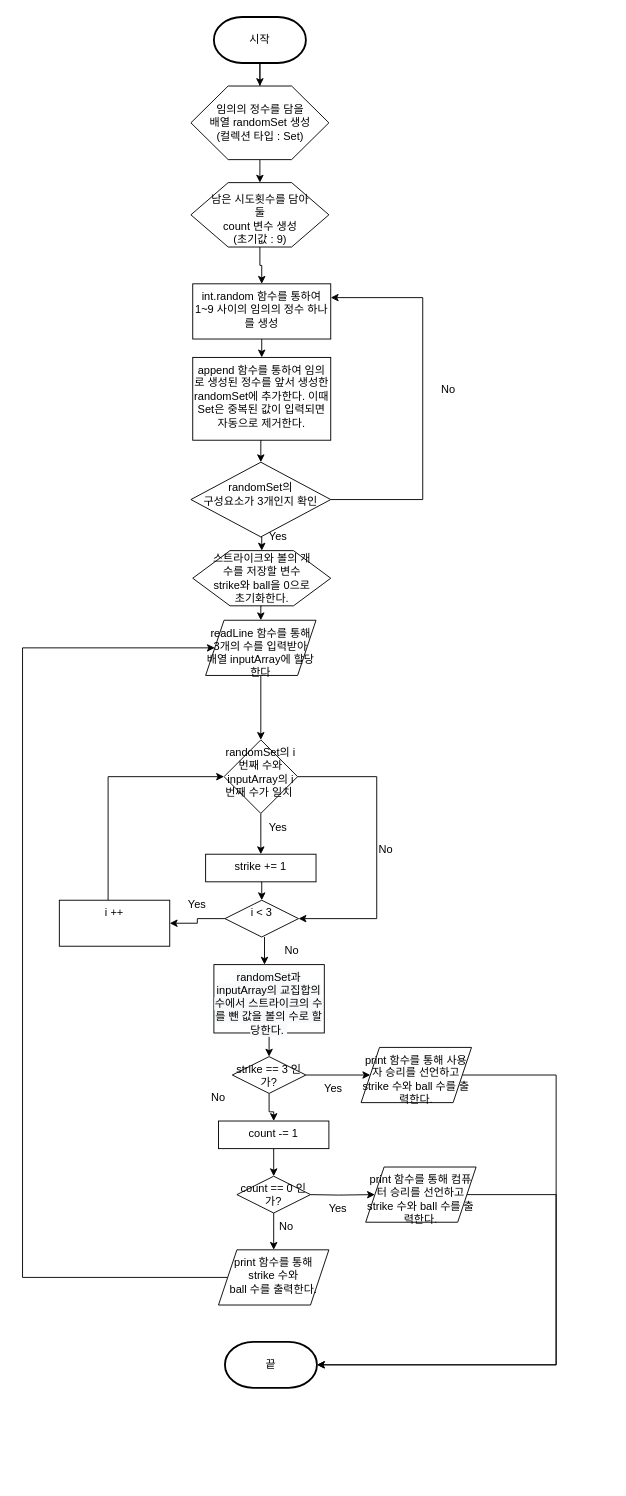
Before: Untitled Diagram.drawio in yagom-academy/ios-number-baseball, a draw.io diagram. Source tidied: cells renumbered, new cells numbered last; positions are measured from the earlier drawing's top-left corner, leaving out a move shared by most shapes. Both pictures are drawn from the tidied source at 92%, with x=0, y=0 at pixel (22, 17).
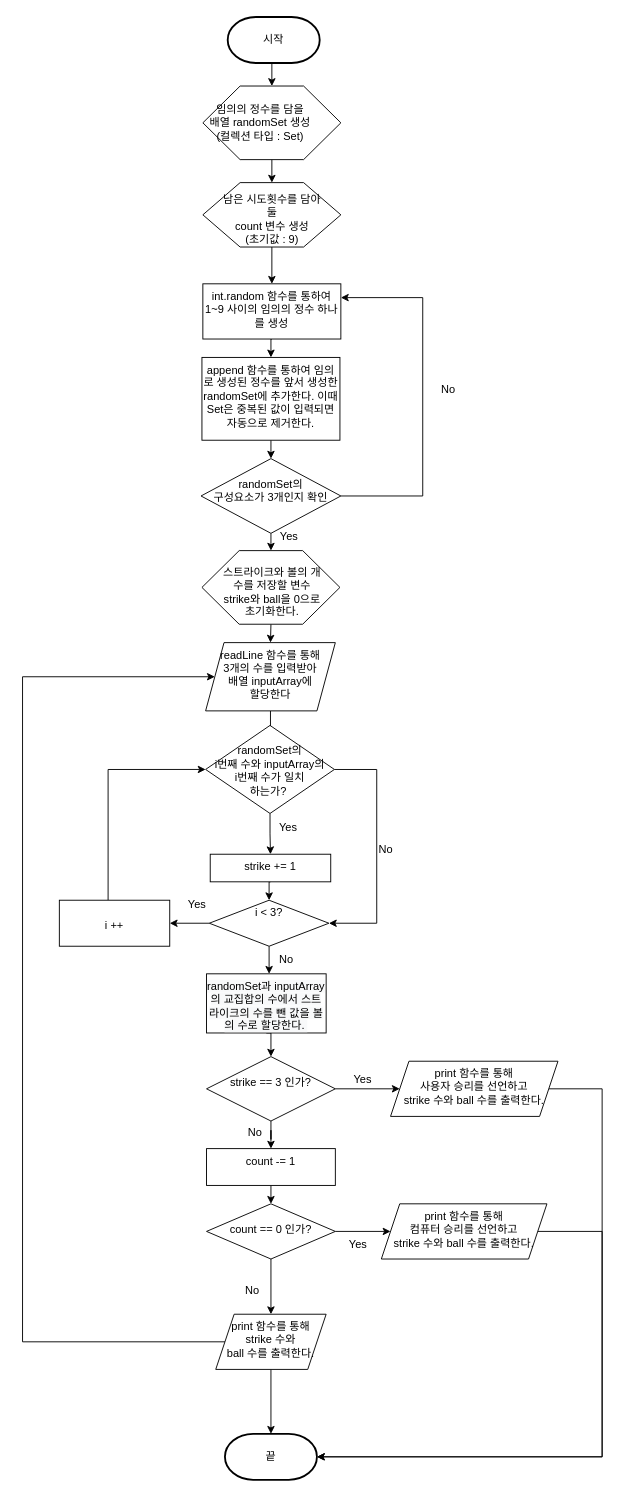
After the change.

Unchanged cells that the change refers to:
```xml
<mxCell id="7" value="임의의 정수를 담을 &lt;br&gt;배열 randomSet 생성&lt;br&gt;(컬렉션 타입 : Set)" style="text;html=1;strokeColor=none;fillColor=none;align=center;verticalAlign=middle;whiteSpace=wrap;rounded=0;" parent="1" vertex="1">
  <mxGeometry x="199.5" y="100" width="117" height="30" as="geometry" />
</mxCell>
```

What changed in the source:
```diff
@@
-    <mxCell id="2" style="edgeStyle=orthogonalEdgeStyle;rounded=0;jettySize=auto;html=1;" parent="1" edge="1" source="4" target="7">
-      <mxGeometry relative="1" as="geometry" />
-    </mxCell>
@@
     <mxCell id="4" value="시작" style="strokeWidth=2;html=1;shape=mxgraph.flowchart.terminator;whiteSpace=wrap;" parent="1" vertex="1">
-      <mxGeometry x="208" width="100" height="50" as="geometry" />
+      <mxGeometry x="223" width="100" height="50" as="geometry" />
     </mxCell>
@@
     <mxCell id="6" style="verticalLabelPosition=bottom;verticalAlign=top;html=1;shape=hexagon;perimeter=hexagonPerimeter2;arcSize=6;size=0.27;" parent="1" vertex="1">
-      <mxGeometry x="183" y="75" width="150" height="80" as="geometry" />
+      <mxGeometry x="196" y="75" width="150" height="80" as="geometry" />
     </mxCell>
@@
     <mxCell id="9" style="verticalLabelPosition=bottom;verticalAlign=top;html=1;shape=hexagon;perimeter=hexagonPerimeter2;arcSize=6;size=0.27;" parent="1" vertex="1">
-      <mxGeometry x="183" y="180" width="150" height="70" as="geometry" />
+      <mxGeometry x="196" y="180" width="150" height="70" as="geometry" />
     </mxCell>
     <mxCell id="10" value="남은 시도횟수를 담아둘&lt;br&gt;count 변수 생성&lt;br&gt;(초기값 : 9)" style="text;html=1;strokeColor=none;fillColor=none;align=center;verticalAlign=middle;whiteSpace=wrap;rounded=0;" parent="1" vertex="1">
-      <mxGeometry x="199.5" y="205" width="117" height="30" as="geometry" />
+      <mxGeometry x="212.5" y="205" width="117" height="30" as="geometry" />
     </mxCell>
     <mxCell id="11" style="edgeStyle=orthogonalEdgeStyle;rounded=0;jettySize=auto;html=1;entryX=1;entryY=0.25;entryDx=0;entryDy=0;" parent="1" edge="1" source="13" target="15">
       <mxGeometry relative="1" as="geometry">
         <Array as="points">
-          <mxPoint x="435" y="524.5" />
+          <mxPoint x="435" y="521" />
           <mxPoint x="435" y="305" />
         </Array>
       </mxGeometry>
     </mxCell>
@@
     <mxCell id="13" value="&lt;br&gt;randomSet의&lt;br&gt;구성요소가 3개인지 확인" style="rhombus;whiteSpace=wrap;html=1;verticalAlign=top;arcSize=6;" parent="1" vertex="1">
-      <mxGeometry x="183" y="483.9" width="152" height="81.2" as="geometry" />
+      <mxGeometry x="194" y="480" width="152" height="81.2" as="geometry" />
     </mxCell>
@@
     <mxCell id="15" value="int.random 함수를 통하여 1~9 사이의 임의의 정수 하나를 생성" style="whiteSpace=wrap;html=1;verticalAlign=top;arcSize=6;" parent="1" vertex="1">
-      <mxGeometry x="185" y="290" width="150" height="60" as="geometry" />
+      <mxGeometry x="196" y="290" width="150" height="60" as="geometry" />
     </mxCell>
@@
     <mxCell id="17" value="append 함수를 통하여 임의로 생성된 정수를 앞서 생성한 randomSet에 추가한다. 이때 Set은 중복된 값이 입력되면 자동으로 제거한다." style="whiteSpace=wrap;html=1;verticalAlign=top;arcSize=6;" parent="1" vertex="1">
-      <mxGeometry x="185" y="370" width="150" height="90" as="geometry" />
+      <mxGeometry x="195" y="370" width="150" height="90" as="geometry" />
     </mxCell>
@@
-    <mxCell id="19" value="readLine 함수를 통해&lt;br&gt;3개의 수를 입력받아&lt;br&gt;배열 inputArray에 할당한다" style="shape=parallelogram;perimeter=parallelogramPerimeter;whiteSpace=wrap;html=1;fixedSize=1;verticalAlign=top;arcSize=6;" parent="1" vertex="1">
-      <mxGeometry x="199" y="655.7" width="120" height="60" as="geometry" />
+    <mxCell id="19" value="readLine 함수를 통해&lt;br&gt;3개의 수를 입력받아&lt;br&gt;배열 inputArray에 &lt;br&gt;할당한다" style="shape=parallelogram;perimeter=parallelogramPerimeter;whiteSpace=wrap;html=1;fixedSize=1;verticalAlign=top;arcSize=6;" parent="1" vertex="1">
+      <mxGeometry x="199" y="680" width="141" height="74.2" as="geometry" />
     </mxCell>
-    <mxCell id="20" style="edgeStyle=orthogonalEdgeStyle;rounded=0;jettySize=auto;html=1;" parent="1" edge="1" source="22">
-      <mxGeometry relative="1" as="geometry">
-        <mxPoint x="259" y="910" as="targetPoint" />
-      </mxGeometry>
-    </mxCell>
     <mxCell id="21" style="edgeStyle=orthogonalEdgeStyle;rounded=0;jettySize=auto;html=1;entryX=1;entryY=0.5;entryDx=0;entryDy=0;" parent="1" edge="1" source="22" target="32">
       <mxGeometry relative="1" as="geometry">
         <Array as="points">
-          <mxPoint x="385" y="826" />
-          <mxPoint x="385" y="980" />
+          <mxPoint x="385" y="818" />
+          <mxPoint x="385" y="985" />
         </Array>
       </mxGeometry>
     </mxCell>
+    <mxCell id="60" style="edgeStyle=orthogonalEdgeStyle;rounded=0;jettySize=auto;html=1;entryX=0.5;entryY=0;entryDx=0;entryDy=0;" parent="1" edge="1" source="22" target="30">
+      <mxGeometry relative="1" as="geometry" />
+    </mxCell>
-    <mxCell id="22" value="randomSet의 i번째 수와 inputArray의 i번째 수가 일치&amp;nbsp;" style="rhombus;whiteSpace=wrap;html=1;verticalAlign=top;arcSize=6;" parent="1" vertex="1">
-      <mxGeometry x="219" y="785.7" width="80" height="80" as="geometry" />
+    <mxCell id="22" value="&lt;br&gt;randomSet의 &lt;br&gt;i번째 수와 inputArray의 &lt;br&gt;i번째 수가 일치&lt;br&gt;하는가?&amp;nbsp;" style="rhombus;whiteSpace=wrap;html=1;verticalAlign=top;arcSize=6;" parent="1" vertex="1">
+      <mxGeometry x="199" y="770" width="140" height="95.7" as="geometry" />
     </mxCell>
@@
     <mxCell id="24" style="verticalLabelPosition=bottom;verticalAlign=top;html=1;shape=hexagon;perimeter=hexagonPerimeter2;arcSize=6;size=0.27;" parent="1" vertex="1">
-      <mxGeometry x="185" y="580" width="150" height="60" as="geometry" />
+      <mxGeometry x="195" y="580" width="150" height="80" as="geometry" />
     </mxCell>
     <mxCell id="25" value="스트라이크와 볼의 개수를 저장할 변수 strike와 ball을 0으로 초기화한다." style="text;html=1;strokeColor=none;fillColor=none;align=center;verticalAlign=middle;whiteSpace=wrap;rounded=0;" parent="1" vertex="1">
-      <mxGeometry x="201.5" y="595" width="117" height="30" as="geometry" />
+      <mxGeometry x="213" y="610" width="117" height="30" as="geometry" />
     </mxCell>
@@
     <mxCell id="27" value="&lt;span style=&quot;color: rgb(0 , 0 , 0) ; font-family: &amp;#34;helvetica&amp;#34; ; font-size: 12px ; font-style: normal ; font-weight: 400 ; letter-spacing: normal ; text-align: center ; text-indent: 0px ; text-transform: none ; word-spacing: 0px ; background-color: rgb(248 , 249 , 250) ; display: inline ; float: none&quot;&gt;randomSet과 inputArray의 교집합의 수에서 스트라이크의 수를 뺀 값을 볼의 수로 할당한다.&amp;nbsp;&lt;/span&gt;" style="whiteSpace=wrap;html=1;verticalAlign=top;arcSize=6;" parent="1" vertex="1">
-      <mxGeometry x="208" y="1030" width="120" height="74.3" as="geometry" />
+      <mxGeometry x="200" y="1040" width="130" height="64.3" as="geometry" />
     </mxCell>
     <mxCell id="28" value="Yes" style="text;html=1;strokeColor=none;fillColor=none;align=center;verticalAlign=middle;whiteSpace=wrap;rounded=0;" parent="1" vertex="1">
-      <mxGeometry x="248" y="865.7" width="60" height="30" as="geometry" />
+      <mxGeometry x="259" y="865.7" width="60" height="30" as="geometry" />
     </mxCell>
@@
     <mxCell id="30" value="&lt;font face=&quot;helvetica&quot;&gt;strike += 1&lt;/font&gt;" style="whiteSpace=wrap;html=1;verticalAlign=top;arcSize=6;" parent="1" vertex="1">
-      <mxGeometry x="199" y="910" width="120" height="30" as="geometry" />
+      <mxGeometry x="204" y="910" width="131" height="30" as="geometry" />
     </mxCell>
@@
+    <mxCell id="61" style="edgeStyle=orthogonalEdgeStyle;rounded=0;jettySize=auto;html=1;exitX=0.5;exitY=1;exitDx=0;exitDy=0;" parent="1" edge="1" source="32">
+      <mxGeometry relative="1" as="geometry">
+        <mxPoint x="268" y="1040" as="targetPoint" />
+      </mxGeometry>
+    </mxCell>
-    <mxCell id="32" value="i &amp;lt; 3" style="rhombus;whiteSpace=wrap;html=1;verticalAlign=top;arcSize=6;" parent="1" vertex="1">
-      <mxGeometry x="220" y="960" width="80" height="40" as="geometry" />
+    <mxCell id="32" value="i &amp;lt; 3?" style="rhombus;whiteSpace=wrap;html=1;verticalAlign=top;arcSize=6;" parent="1" vertex="1">
+      <mxGeometry x="203" y="960" width="130" height="50" as="geometry" />
     </mxCell>
@@
     <mxCell id="34" style="edgeStyle=orthogonalEdgeStyle;rounded=0;jettySize=auto;html=1;entryX=0;entryY=0.5;entryDx=0;entryDy=0;" parent="1" edge="1" source="35" target="22">
       <mxGeometry relative="1" as="geometry">
         <Array as="points">
-          <mxPoint x="93" y="826" />
+          <mxPoint x="93" y="818" />
         </Array>
       </mxGeometry>
     </mxCell>
-    <mxCell id="35" value="i ++" style="whiteSpace=wrap;html=1;verticalAlign=top;arcSize=6;" parent="1" vertex="1">
+    <mxCell id="35" value="&lt;br&gt;i ++" style="whiteSpace=wrap;html=1;verticalAlign=top;arcSize=6;" parent="1" vertex="1">
       <mxGeometry x="40" y="960" width="120" height="50" as="geometry" />
     </mxCell>
@@
     <mxCell id="37" value="No" style="text;html=1;strokeColor=none;fillColor=none;align=center;verticalAlign=middle;whiteSpace=wrap;rounded=0;" parent="1" vertex="1">
-      <mxGeometry x="263" y="1000" width="60" height="30" as="geometry" />
+      <mxGeometry x="256.5" y="1010" width="60" height="30" as="geometry" />
     </mxCell>
     <mxCell id="38" style="edgeStyle=orthogonalEdgeStyle;rounded=0;jettySize=auto;html=1;entryX=0;entryY=0.5;entryDx=0;entryDy=0;" parent="1" edge="1" source="39" target="19">
       <mxGeometry relative="1" as="geometry">
         <Array as="points">
-          <mxPoint y="1370" />
-          <mxPoint y="686" />
+          <mxPoint y="1440" />
+          <mxPoint y="717" />
         </Array>
       </mxGeometry>
     </mxCell>
+    <mxCell id="62" style="edgeStyle=orthogonalEdgeStyle;rounded=0;jettySize=auto;html=1;entryX=0.5;entryY=0;entryDx=0;entryDy=0;entryPerimeter=0;" parent="1" edge="1" source="39" target="59">
+      <mxGeometry relative="1" as="geometry" />
+    </mxCell>
     <mxCell id="39" value="print 함수를 통해&lt;br&gt;strike 수와&lt;br&gt;ball 수를 출력한다." style="shape=parallelogram;perimeter=parallelogramPerimeter;whiteSpace=wrap;html=1;fixedSize=1;verticalAlign=top;arcSize=6;" parent="1" vertex="1">
-      <mxGeometry x="213" y="1340" width="120" height="60" as="geometry" />
+      <mxGeometry x="210" y="1410" width="120" height="60" as="geometry" />
     </mxCell>
@@
-    <mxCell id="42" value="strike == 3 인가?" style="rhombus;whiteSpace=wrap;html=1;verticalAlign=top;arcSize=6;" parent="1" vertex="1">
-      <mxGeometry x="228" y="1130" width="80" height="40" as="geometry" />
+    <mxCell id="42" value="&lt;br&gt;strike == 3 인가?" style="rhombus;whiteSpace=wrap;html=1;verticalAlign=top;arcSize=6;" parent="1" vertex="1">
+      <mxGeometry x="200" y="1130" width="140" height="70" as="geometry" />
     </mxCell>
     <mxCell id="43" style="edgeStyle=orthogonalEdgeStyle;rounded=0;jettySize=auto;html=1;exitX=1;exitY=0.5;exitDx=0;exitDy=0;entryX=1;entryY=0.5;entryDx=0;entryDy=0;entryPerimeter=0;" parent="1" edge="1" source="44" target="59">
       <mxGeometry relative="1" as="geometry">
         <Array as="points">
-          <mxPoint x="580" y="1150" />
-          <mxPoint x="580" y="1465" />
+          <mxPoint x="630" y="1165" />
+          <mxPoint x="630" y="1565" />
         </Array>
       </mxGeometry>
     </mxCell>
-    <mxCell id="44" value="print 함수를 통해 사용자 승리를 선언하고 strike 수와 ball 수를 출력한다." style="shape=parallelogram;perimeter=parallelogramPerimeter;whiteSpace=wrap;html=1;fixedSize=1;verticalAlign=top;arcSize=6;" parent="1" vertex="1">
-      <mxGeometry x="368" y="1120" width="120" height="60" as="geometry" />
+    <mxCell id="44" value="print 함수를 통해 &lt;br&gt;사용자 승리를 선언하고 &lt;br&gt;strike 수와 ball 수를 출력한다." style="shape=parallelogram;perimeter=parallelogramPerimeter;whiteSpace=wrap;html=1;fixedSize=1;verticalAlign=top;arcSize=6;" parent="1" vertex="1">
+      <mxGeometry x="400" y="1135" width="182" height="60" as="geometry" />
     </mxCell>
     <mxCell id="45" value="Yes" style="text;html=1;strokeColor=none;fillColor=none;align=center;verticalAlign=middle;whiteSpace=wrap;rounded=0;" parent="1" vertex="1">
-      <mxGeometry x="308" y="1150" width="60" height="30" as="geometry" />
+      <mxGeometry x="340" y="1140" width="60" height="30" as="geometry" />
     </mxCell>
     <mxCell id="46" value="No" style="text;html=1;strokeColor=none;fillColor=none;align=center;verticalAlign=middle;whiteSpace=wrap;rounded=0;" parent="1" vertex="1">
-      <mxGeometry x="183" y="1160" width="60" height="30" as="geometry" />
+      <mxGeometry x="223" y="1198" width="60" height="30" as="geometry" />
     </mxCell>
@@
     <mxCell id="48" value="&lt;font face=&quot;helvetica&quot;&gt;count -= 1&lt;/font&gt;" style="whiteSpace=wrap;html=1;verticalAlign=top;arcSize=6;" parent="1" vertex="1">
-      <mxGeometry x="213" y="1200" width="120" height="30" as="geometry" />
+      <mxGeometry x="200" y="1230" width="140" height="40" as="geometry" />
     </mxCell>
@@
+    <mxCell id="63" style="edgeStyle=orthogonalEdgeStyle;rounded=0;jettySize=auto;html=1;entryX=0;entryY=0.5;entryDx=0;entryDy=0;" parent="1" edge="1" source="50" target="53">
+      <mxGeometry relative="1" as="geometry" />
+    </mxCell>
-    <mxCell id="50" value="count == 0 인가?" style="rhombus;whiteSpace=wrap;html=1;verticalAlign=top;arcSize=6;" parent="1" vertex="1">
-      <mxGeometry x="233" y="1260" width="80" height="40" as="geometry" />
+    <mxCell id="50" value="&lt;br&gt;count == 0 인가?" style="rhombus;whiteSpace=wrap;html=1;verticalAlign=top;arcSize=6;" parent="1" vertex="1">
+      <mxGeometry x="200" y="1290" width="140" height="60" as="geometry" />
     </mxCell>
-    <mxCell id="51" style="edgeStyle=orthogonalEdgeStyle;rounded=0;jettySize=auto;html=1;" parent="1" edge="1" target="53">
-      <mxGeometry relative="1" as="geometry">
-        <mxPoint x="313" y="1280" as="sourcePoint" />
-      </mxGeometry>
-    </mxCell>
-    <mxCell id="52" style="edgeStyle=orthogonalEdgeStyle;rounded=0;jettySize=auto;html=1;entryX=1;entryY=0.5;entryDx=0;entryDy=0;entryPerimeter=0;" parent="1" edge="1" source="53" target="59">
+    <mxCell id="52" style="edgeStyle=orthogonalEdgeStyle;rounded=0;jettySize=auto;html=1;entryX=1;entryY=0.5;entryDx=0;entryDy=0;entryPerimeter=0;exitX=1;exitY=0.5;exitDx=0;exitDy=0;" parent="1" edge="1" source="53" target="59">
       <mxGeometry relative="1" as="geometry">
         <Array as="points">
-          <mxPoint x="580" y="1280" />
-          <mxPoint x="580" y="1465" />
+          <mxPoint x="630" y="1320" />
+          <mxPoint x="630" y="1565" />
         </Array>
       </mxGeometry>
     </mxCell>
-    <mxCell id="53" value="print 함수를 통해 컴퓨터 승리를 선언하고 strike 수와 ball 수를 출력한다." style="shape=parallelogram;perimeter=parallelogramPerimeter;whiteSpace=wrap;html=1;fixedSize=1;verticalAlign=top;arcSize=6;" parent="1" vertex="1">
-      <mxGeometry x="373" y="1250" width="120" height="60" as="geometry" />
+    <mxCell id="53" value="print 함수를 통해 &lt;br&gt;컴퓨터 승리를 선언하고 &lt;br&gt;strike 수와 ball 수를 출력한다." style="shape=parallelogram;perimeter=parallelogramPerimeter;whiteSpace=wrap;html=1;fixedSize=1;verticalAlign=top;arcSize=6;" parent="1" vertex="1">
+      <mxGeometry x="390" y="1290" width="180" height="60" as="geometry" />
     </mxCell>
     <mxCell id="54" value="Yes" style="text;html=1;strokeColor=none;fillColor=none;align=center;verticalAlign=middle;whiteSpace=wrap;rounded=0;" parent="1" vertex="1">
-      <mxGeometry x="313" y="1280" width="60" height="30" as="geometry" />
+      <mxGeometry x="335" y="1320" width="60" height="30" as="geometry" />
     </mxCell>
-    <mxCell id="55" style="edgeStyle=orthogonalEdgeStyle;rounded=0;orthogonalLoop=1;jettySize=auto;html=1;exitX=0;exitY=0;exitDx=0;exitDy=0;entryX=0;entryY=1;entryDx=0;entryDy=0;" parent="1" edge="1" source="37" target="37">
-      <mxGeometry relative="1" as="geometry" />
-    </mxCell>
     <mxCell id="56" value="Yes" style="text;html=1;strokeColor=none;fillColor=none;align=center;verticalAlign=middle;whiteSpace=wrap;rounded=0;" parent="1" vertex="1">
-      <mxGeometry x="248" y="550" width="60" height="30" as="geometry" />
+      <mxGeometry x="260" y="550" width="60" height="30" as="geometry" />
     </mxCell>
@@
     <mxCell id="58" value="No" style="text;html=1;strokeColor=none;fillColor=none;align=center;verticalAlign=middle;whiteSpace=wrap;rounded=0;" parent="1" vertex="1">
-      <mxGeometry x="256.5" y="1300" width="60" height="30" as="geometry" />
+      <mxGeometry x="220" y="1370" width="60" height="30" as="geometry" />
     </mxCell>
     <mxCell id="59" value="끝" style="strokeWidth=2;html=1;shape=mxgraph.flowchart.terminator;whiteSpace=wrap;" parent="1" vertex="1">
-      <mxGeometry x="220" y="1440" width="100" height="50" as="geometry" />
+      <mxGeometry x="220" y="1540" width="100" height="50" as="geometry" />
     </mxCell>
```
